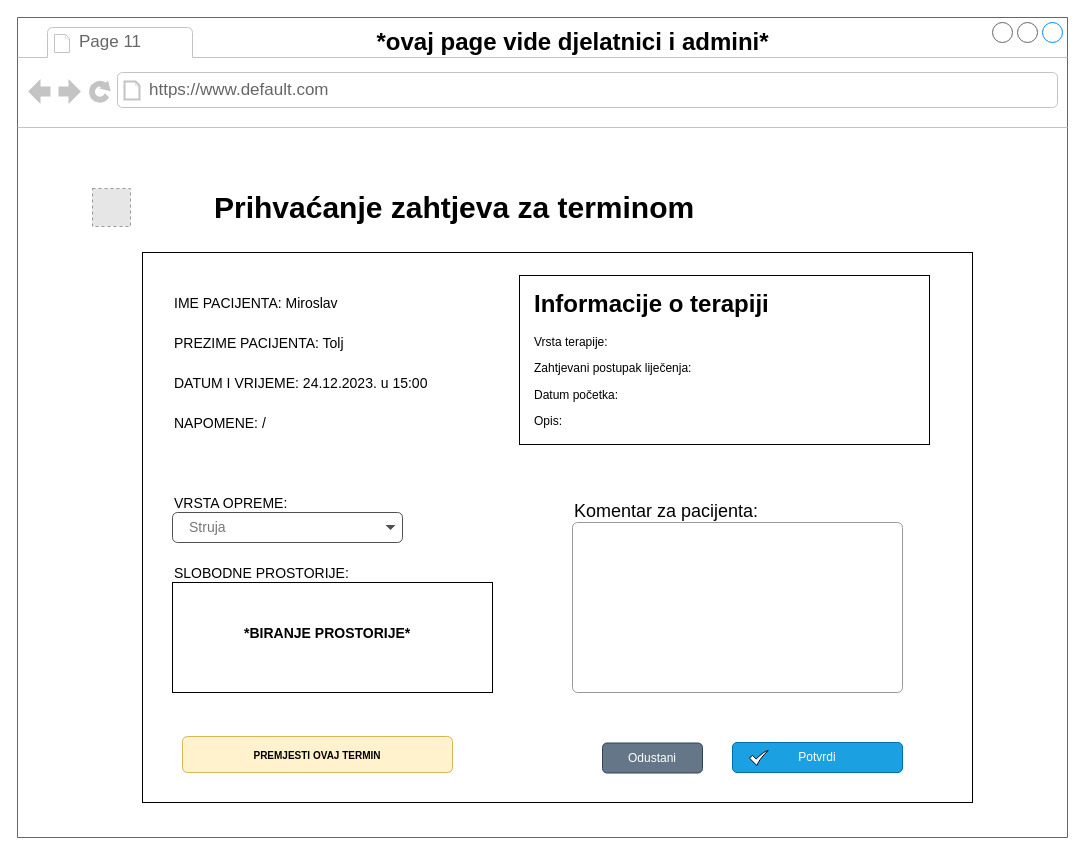
Above: page "Page 11" (11 of 17) of Dokumentacija/UI Dizajn/MedicinskaRehabilitacija.drawio in EmaBadurina1/Proginator (draw.io), before the change. Source tidied: cells renumbered, new cells numbered last; positions are measured from the earlier drawing's top-left corner, leaving out a move shared by most shapes. Both pictures are drawn from the tidied source at 100%, with x=0, y=0 at pixel (17, 17). Pictures stored in the file or linked from it are replaced by grey dashed boxes.
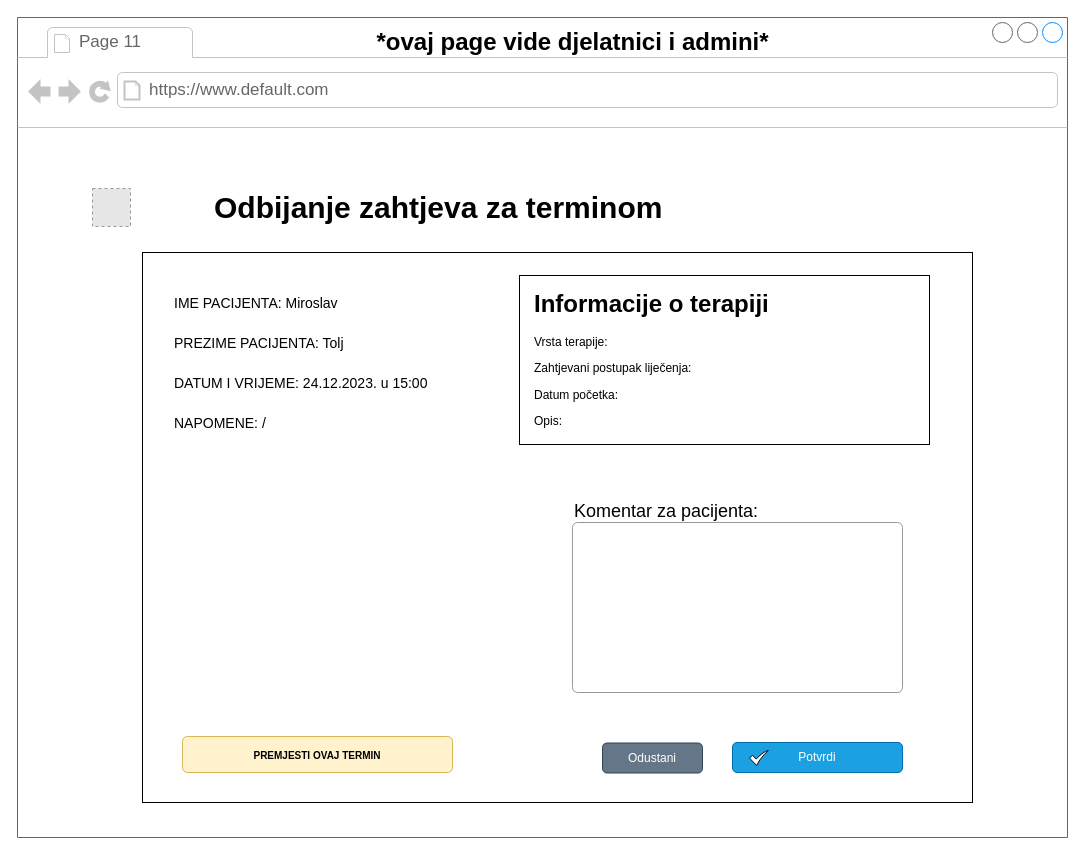
Above is the later version.

What changed in the source:
```diff
@@
-    <mxCell id="5" value="&lt;font style=&quot;font-size: 30px;&quot;&gt;Prihvaćanje zahtjeva za terminom&lt;/font&gt;" style="text;strokeColor=none;fillColor=none;html=1;fontSize=24;fontStyle=1;verticalAlign=middle;align=left;" parent="1" vertex="1">
+    <mxCell id="5" value="&lt;font style=&quot;font-size: 30px;&quot;&gt;Odbijanje zahtjeva za terminom&lt;/font&gt;" style="text;strokeColor=none;fillColor=none;html=1;fontSize=24;fontStyle=1;verticalAlign=middle;align=left;" parent="1" vertex="1">
       <mxGeometry x="195" y="145" width="585" height="90" as="geometry" />
     </mxCell>
@@
-    <mxCell id="18" style="rounded=0;whiteSpace=wrap;html=1;" parent="1" vertex="1">
-      <mxGeometry x="155" y="565" width="320" height="110" as="geometry" />
-    </mxCell>
-    <mxCell id="19" value="*BIRANJE PROSTORIJE*" style="fillColor=none;strokeColor=none;align=left;fontSize=14;fontStyle=1;" parent="1" vertex="1">
-      <mxGeometry x="225" y="595" width="260" height="40" as="geometry" />
-    </mxCell>
-    <mxCell id="20" value="Struja" style="html=1;shadow=0;dashed=0;shape=mxgraph.bootstrap.rrect;rSize=5;strokeColor=#505050;strokeWidth=1;fillColor=#ffffff;fontColor=#777777;whiteSpace=wrap;align=left;verticalAlign=middle;fontStyle=0;fontSize=14;spacingRight=0;spacing=17;" parent="1" vertex="1">
-      <mxGeometry x="155" y="495" width="230" height="30" as="geometry" />
-    </mxCell>
-    <mxCell id="21" style="shape=triangle;direction=south;fillColor=#495057;strokeColor=none;perimeter=none;" parent="20" vertex="1">
-      <mxGeometry x="1" y="0.5" width="10" height="5" relative="1" as="geometry">
-        <mxPoint x="-17" y="-2.5" as="offset" />
-      </mxGeometry>
-    </mxCell>
-    <mxCell id="22" value="VRSTA OPREME:" style="fillColor=none;strokeColor=none;align=left;fontSize=14;" parent="1" vertex="1">
-      <mxGeometry x="155" y="465" width="260" height="40" as="geometry" />
-    </mxCell>
-    <mxCell id="23" value="SLOBODNE PROSTORIJE:" style="fillColor=none;strokeColor=none;align=left;fontSize=14;" parent="1" vertex="1">
-      <mxGeometry x="155" y="535" width="260" height="40" as="geometry" />
-    </mxCell>
```
